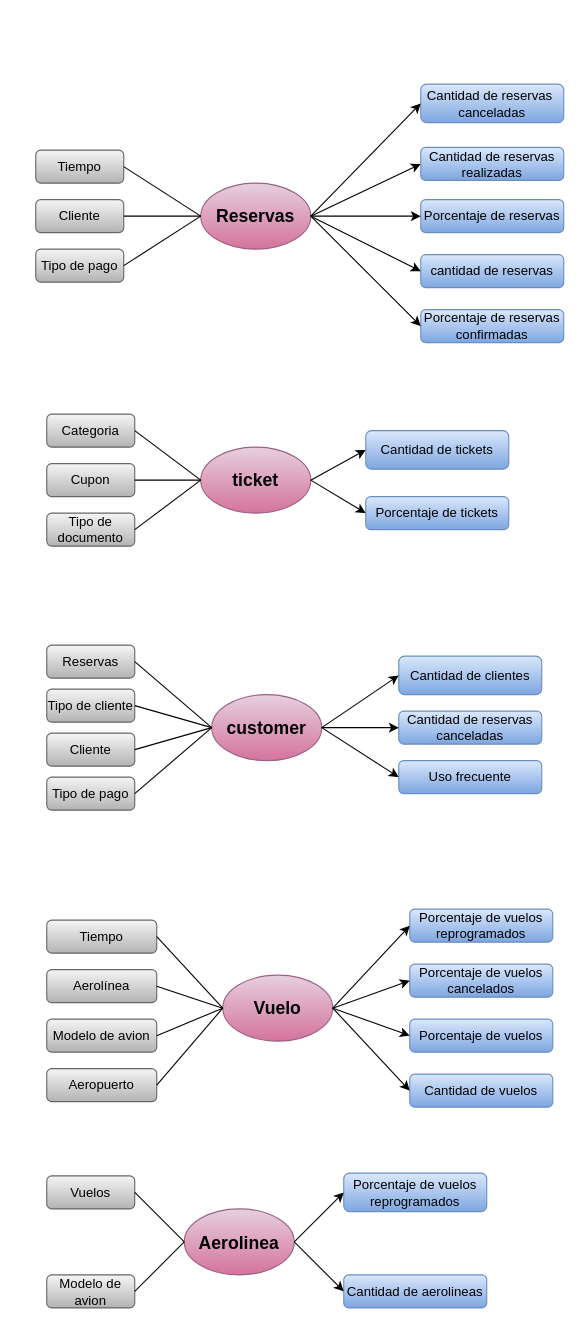
Before: Hefesto-Fase2/Fase1.drawio in MikelKen/Soporte-INF432, a draw.io diagram. Source tidied: cells renumbered, new cells numbered last; positions are measured from the earlier drawing's top-left corner, leaving out a move shared by most shapes. Both pictures are drawn from the tidied source at 110%, with x=0, y=0 at pixel (35, 84).
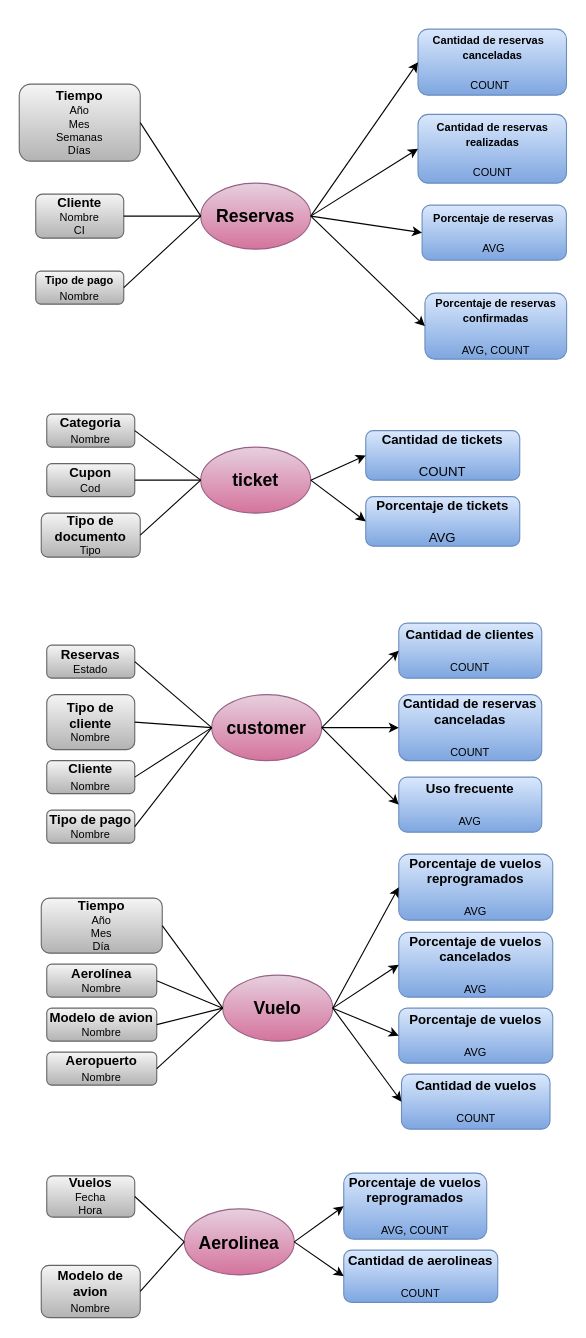
The same page after the edit.

The change refers to these unchanged cells:
```xml
<mxCell id="8" value="&lt;b&gt;&lt;font style=&quot;font-size: 16px;&quot;&gt;Reservas&lt;/font&gt;&lt;/b&gt;" style="ellipse;whiteSpace=wrap;html=1;fillColor=#e6d0de;gradientColor=#d5739d;strokeColor=#996185;" parent="1" vertex="1">
  <mxGeometry x="150" y="90" width="100" height="60" as="geometry" />
</mxCell>
```

What changed in the source:
```diff
@@
-    <mxCell id="2" value="&lt;p class=&quot;MsoListParagraph&quot; style=&quot;text-indent: -18pt;&quot;&gt;&lt;span lang=&quot;ES-TRAD&quot; style=&quot;font-family: Arial, sans-serif; border: 1pt none windowtext; padding: 0cm;&quot;&gt;&amp;nbsp; &amp;nbsp; &amp;nbsp; Cantidad de reservas canceladas&lt;/span&gt;&lt;/p&gt;" style="rounded=1;whiteSpace=wrap;html=1;fillColor=#dae8fc;gradientColor=#7ea6e0;strokeColor=#6c8ebf;align=center;" parent="1" vertex="1">
-      <mxGeometry x="350" width="130" height="35" as="geometry" />
+    <mxCell id="2" value="&lt;p class=&quot;MsoListParagraph&quot; style=&quot;text-indent: -18pt;&quot;&gt;&lt;span lang=&quot;ES-TRAD&quot; style=&quot;font-family: Arial, sans-serif; border: 1pt none windowtext; padding: 0cm;&quot;&gt;&lt;b style=&quot;font-size: 10px;&quot;&gt;&amp;nbsp; &amp;nbsp; &amp;nbsp; Cantidad de reservas canceladas&lt;/b&gt;&lt;/span&gt;&lt;/p&gt;&lt;p class=&quot;MsoListParagraph&quot; style=&quot;text-indent: -18pt;&quot;&gt;&lt;span lang=&quot;ES-TRAD&quot; style=&quot;font-family: Arial, sans-serif; border: 1pt none windowtext; padding: 0cm; font-size: 10px;&quot;&gt;&lt;b&gt;&amp;nbsp; &amp;nbsp; &amp;nbsp; &amp;nbsp;&lt;/b&gt;COUNT&lt;/span&gt;&lt;/p&gt;" style="rounded=1;whiteSpace=wrap;html=1;fillColor=#dae8fc;gradientColor=#7ea6e0;strokeColor=#6c8ebf;align=center;" parent="1" vertex="1">
+      <mxGeometry x="347.5" y="-50" width="135" height="60" as="geometry" />
     </mxCell>
-    <mxCell id="3" value="&lt;font face=&quot;Arial, sans-serif&quot;&gt;Cantidad de reservas realizadas&lt;/font&gt;" style="rounded=1;whiteSpace=wrap;html=1;fillColor=#dae8fc;gradientColor=#7ea6e0;strokeColor=#6c8ebf;align=center;" parent="1" vertex="1">
-      <mxGeometry x="350" y="57.5" width="130" height="30" as="geometry" />
+    <mxCell id="3" value="&lt;font style=&quot;font-size: 11px;&quot; face=&quot;Arial, sans-serif&quot;&gt;&lt;b style=&quot;font-size: 10px;&quot;&gt;Cantidad de reservas realizadas&lt;/b&gt;&lt;/font&gt;&lt;div style=&quot;font-size: 11px;&quot;&gt;&lt;font style=&quot;font-size: 11px;&quot; face=&quot;Arial, sans-serif&quot;&gt;&lt;b&gt;&lt;br&gt;&lt;/b&gt;&lt;/font&gt;&lt;/div&gt;&lt;div style=&quot;font-size: 11px;&quot;&gt;&lt;font style=&quot;font-size: 10px;&quot; face=&quot;Arial, sans-serif&quot;&gt;COUNT&lt;/font&gt;&lt;/div&gt;" style="rounded=1;whiteSpace=wrap;html=1;fillColor=#dae8fc;gradientColor=#7ea6e0;strokeColor=#6c8ebf;align=center;" parent="1" vertex="1">
+      <mxGeometry x="347.5" y="27.5" width="135" height="62.5" as="geometry" />
     </mxCell>
-    <mxCell id="4" value="Porcentaje de reservas" style="rounded=1;whiteSpace=wrap;html=1;fillColor=#dae8fc;gradientColor=#7ea6e0;strokeColor=#6c8ebf;align=center;" parent="1" vertex="1">
-      <mxGeometry x="350" y="105" width="130" height="30" as="geometry" />
+    <mxCell id="4" value="&lt;b style=&quot;font-size: 11px;&quot;&gt;&lt;font style=&quot;font-size: 10px;&quot;&gt;Porcentaje de reservas&lt;/font&gt;&lt;/b&gt;&lt;div style=&quot;font-size: 11px;&quot;&gt;&lt;b&gt;&lt;font style=&quot;font-size: 11px;&quot;&gt;&lt;br&gt;&lt;/font&gt;&lt;/b&gt;&lt;/div&gt;&lt;div style=&quot;font-size: 11px;&quot;&gt;&lt;font style=&quot;font-size: 10px;&quot;&gt;AVG&lt;/font&gt;&lt;/div&gt;" style="rounded=1;whiteSpace=wrap;html=1;fillColor=#dae8fc;gradientColor=#7ea6e0;strokeColor=#6c8ebf;align=center;" parent="1" vertex="1">
+      <mxGeometry x="351.2" y="110" width="131.2" height="50" as="geometry" />
     </mxCell>
-    <mxCell id="5" value="Tiempo" style="rounded=1;whiteSpace=wrap;html=1;fillColor=#f5f5f5;gradientColor=#b3b3b3;strokeColor=#666666;" parent="1" vertex="1">
-      <mxGeometry y="60" width="80" height="30" as="geometry" />
+    <mxCell id="5" value="&lt;b&gt;Tiempo&lt;/b&gt;&lt;div style=&quot;font-size: 10px;&quot;&gt;Año&lt;br&gt;Mes&lt;br&gt;Semanas&lt;br&gt;Días&lt;/div&gt;" style="rounded=1;whiteSpace=wrap;html=1;fillColor=#f5f5f5;gradientColor=#b3b3b3;strokeColor=#666666;" parent="1" vertex="1">
+      <mxGeometry x="-15" width="110" height="70" as="geometry" />
     </mxCell>
-    <mxCell id="6" value="Cliente" style="rounded=1;whiteSpace=wrap;html=1;fillColor=#f5f5f5;gradientColor=#b3b3b3;strokeColor=#666666;" parent="1" vertex="1">
-      <mxGeometry y="105" width="80" height="30" as="geometry" />
+    <mxCell id="6" value="&lt;b&gt;Cliente&lt;/b&gt;&lt;div style=&quot;font-size: 10px;&quot;&gt;Nombre&lt;br&gt;CI&lt;/div&gt;" style="rounded=1;whiteSpace=wrap;html=1;fillColor=#f5f5f5;gradientColor=#b3b3b3;strokeColor=#666666;" parent="1" vertex="1">
+      <mxGeometry y="100" width="80" height="40" as="geometry" />
     </mxCell>
-    <mxCell id="7" value="Tipo de pago" style="rounded=1;whiteSpace=wrap;html=1;fillColor=#f5f5f5;gradientColor=#b3b3b3;strokeColor=#666666;" parent="1" vertex="1">
-      <mxGeometry y="150" width="80" height="30" as="geometry" />
+    <mxCell id="7" value="&lt;span style=&quot;font-size: 10px;&quot;&gt;&lt;b&gt;Tipo de pago&lt;/b&gt;&lt;br&gt;Nombre&lt;/span&gt;" style="rounded=1;whiteSpace=wrap;html=1;fillColor=#f5f5f5;gradientColor=#b3b3b3;strokeColor=#666666;" parent="1" vertex="1">
+      <mxGeometry y="170" width="80" height="30" as="geometry" />
     </mxCell>
@@
-    <mxCell id="9" value="&lt;font face=&quot;Arial, sans-serif&quot;&gt;Cantidad de clientes&lt;/font&gt;" style="rounded=1;whiteSpace=wrap;html=1;fillColor=#dae8fc;gradientColor=#7ea6e0;strokeColor=#6c8ebf;" parent="1" vertex="1">
-      <mxGeometry x="330" y="520" width="130" height="35" as="geometry" />
+    <mxCell id="9" value="&lt;font face=&quot;Arial, sans-serif&quot;&gt;&lt;b&gt;Cantidad de clientes&lt;/b&gt;&lt;/font&gt;&lt;div&gt;&lt;font face=&quot;Arial, sans-serif&quot;&gt;&lt;b&gt;&lt;br&gt;&lt;/b&gt;&lt;/font&gt;&lt;/div&gt;&lt;div&gt;&lt;font face=&quot;Arial, sans-serif&quot;&gt;&lt;span style=&quot;font-size: 10px;&quot;&gt;COUNT&lt;/span&gt;&lt;/font&gt;&lt;/div&gt;" style="rounded=1;whiteSpace=wrap;html=1;fillColor=#dae8fc;gradientColor=#7ea6e0;strokeColor=#6c8ebf;" parent="1" vertex="1">
+      <mxGeometry x="330" y="490" width="130" height="50" as="geometry" />
     </mxCell>
-    <mxCell id="10" value="Cantidad de reservas canceladas" style="rounded=1;whiteSpace=wrap;html=1;fillColor=#dae8fc;gradientColor=#7ea6e0;strokeColor=#6c8ebf;" parent="1" vertex="1">
-      <mxGeometry x="330" y="570" width="130" height="30" as="geometry" />
+    <mxCell id="10" value="&lt;b&gt;Cantidad de reservas canceladas&lt;/b&gt;&lt;div&gt;&lt;br&gt;&lt;/div&gt;&lt;div&gt;&lt;font style=&quot;font-size: 10px;&quot;&gt;COUNT&lt;/font&gt;&lt;/div&gt;" style="rounded=1;whiteSpace=wrap;html=1;fillColor=#dae8fc;gradientColor=#7ea6e0;strokeColor=#6c8ebf;" parent="1" vertex="1">
+      <mxGeometry x="330" y="555" width="130" height="60" as="geometry" />
     </mxCell>
-    <mxCell id="11" value="Reservas" style="rounded=1;whiteSpace=wrap;html=1;fillColor=#f5f5f5;gradientColor=#b3b3b3;strokeColor=#666666;" parent="1" vertex="1">
+    <mxCell id="11" value="&lt;b&gt;Reservas&lt;/b&gt;&lt;div style=&quot;font-size: 10px;&quot;&gt;Estado&lt;/div&gt;" style="rounded=1;whiteSpace=wrap;html=1;fillColor=#f5f5f5;gradientColor=#b3b3b3;strokeColor=#666666;" parent="1" vertex="1">
       <mxGeometry x="10" y="510" width="80" height="30" as="geometry" />
     </mxCell>
-    <mxCell id="12" value="Tipo de cliente" style="rounded=1;whiteSpace=wrap;html=1;fillColor=#f5f5f5;gradientColor=#b3b3b3;strokeColor=#666666;" parent="1" vertex="1">
-      <mxGeometry x="10" y="550" width="80" height="30" as="geometry" />
+    <mxCell id="12" value="&lt;b&gt;Tipo de cliente&lt;/b&gt;&lt;div style=&quot;font-size: 10px;&quot;&gt;Nombre&lt;/div&gt;" style="rounded=1;whiteSpace=wrap;html=1;fillColor=#f5f5f5;gradientColor=#b3b3b3;strokeColor=#666666;" parent="1" vertex="1">
+      <mxGeometry x="10" y="555" width="80" height="50" as="geometry" />
     </mxCell>
-    <mxCell id="13" value="Cliente" style="rounded=1;whiteSpace=wrap;html=1;fillColor=#f5f5f5;gradientColor=#b3b3b3;strokeColor=#666666;" parent="1" vertex="1">
-      <mxGeometry x="10" y="590" width="80" height="30" as="geometry" />
+    <mxCell id="13" value="&lt;b&gt;Cliente&lt;/b&gt;&lt;div&gt;&lt;font style=&quot;font-size: 10px;&quot;&gt;Nombre&lt;/font&gt;&lt;/div&gt;" style="rounded=1;whiteSpace=wrap;html=1;fillColor=#f5f5f5;gradientColor=#b3b3b3;strokeColor=#666666;" parent="1" vertex="1">
+      <mxGeometry x="10" y="615" width="80" height="30" as="geometry" />
     </mxCell>
@@
-    <mxCell id="15" value="&lt;font face=&quot;Arial, sans-serif&quot;&gt;Porcentaje de vuelos&lt;/font&gt;" style="rounded=1;whiteSpace=wrap;html=1;fillColor=#dae8fc;gradientColor=#7ea6e0;strokeColor=#6c8ebf;" parent="1" vertex="1">
-      <mxGeometry x="340" y="850" width="130" height="30" as="geometry" />
+    <mxCell id="15" value="&lt;font face=&quot;Arial, sans-serif&quot;&gt;&lt;b&gt;Porcentaje de vuelos&lt;/b&gt;&lt;/font&gt;&lt;div&gt;&lt;font face=&quot;Arial, sans-serif&quot;&gt;&lt;b&gt;&lt;br&gt;&lt;/b&gt;&lt;/font&gt;&lt;/div&gt;&lt;div&gt;&lt;font style=&quot;font-size: 10px;&quot; face=&quot;Arial, sans-serif&quot;&gt;AVG&lt;/font&gt;&lt;/div&gt;" style="rounded=1;whiteSpace=wrap;html=1;fillColor=#dae8fc;gradientColor=#7ea6e0;strokeColor=#6c8ebf;" parent="1" vertex="1">
+      <mxGeometry x="330" y="840" width="140" height="50" as="geometry" />
     </mxCell>
-    <mxCell id="16" value="Cantidad de vuelos" style="rounded=1;whiteSpace=wrap;html=1;fillColor=#dae8fc;gradientColor=#7ea6e0;strokeColor=#6c8ebf;" parent="1" vertex="1">
-      <mxGeometry x="340" y="900" width="130" height="30" as="geometry" />
+    <mxCell id="16" value="&lt;b&gt;Cantidad de vuelos&lt;/b&gt;&lt;div&gt;&lt;b&gt;&lt;br&gt;&lt;/b&gt;&lt;/div&gt;&lt;div&gt;&lt;font style=&quot;font-size: 10px;&quot;&gt;COUNT&lt;/font&gt;&lt;/div&gt;" style="rounded=1;whiteSpace=wrap;html=1;fillColor=#dae8fc;gradientColor=#7ea6e0;strokeColor=#6c8ebf;" parent="1" vertex="1">
+      <mxGeometry x="332.5" y="900" width="135" height="50" as="geometry" />
     </mxCell>
-    <mxCell id="17" value="Tiempo" style="rounded=1;whiteSpace=wrap;html=1;fillColor=#f5f5f5;gradientColor=#b3b3b3;strokeColor=#666666;" parent="1" vertex="1">
-      <mxGeometry x="10" y="760" width="100" height="30" as="geometry" />
+    <mxCell id="17" value="&lt;b&gt;Tiempo&lt;/b&gt;&lt;div style=&quot;font-size: 10px;&quot;&gt;Año&lt;br&gt;Mes&lt;br&gt;Día&lt;/div&gt;" style="rounded=1;whiteSpace=wrap;html=1;fillColor=#f5f5f5;gradientColor=#b3b3b3;strokeColor=#666666;" parent="1" vertex="1">
+      <mxGeometry x="5" y="740" width="110" height="50" as="geometry" />
     </mxCell>
-    <mxCell id="18" value="Aerolínea" style="rounded=1;whiteSpace=wrap;html=1;fillColor=#f5f5f5;gradientColor=#b3b3b3;strokeColor=#666666;" parent="1" vertex="1">
-      <mxGeometry x="10" y="805" width="100" height="30" as="geometry" />
+    <mxCell id="18" value="&lt;b&gt;Aerolínea&lt;/b&gt;&lt;div style=&quot;font-size: 10px;&quot;&gt;Nombre&lt;/div&gt;" style="rounded=1;whiteSpace=wrap;html=1;fillColor=#f5f5f5;gradientColor=#b3b3b3;strokeColor=#666666;" parent="1" vertex="1">
+      <mxGeometry x="10" y="800" width="100" height="30" as="geometry" />
     </mxCell>
-    <mxCell id="19" value="Modelo de avion" style="rounded=1;whiteSpace=wrap;html=1;fillColor=#f5f5f5;gradientColor=#b3b3b3;strokeColor=#666666;" parent="1" vertex="1">
-      <mxGeometry x="10" y="850" width="100" height="30" as="geometry" />
+    <mxCell id="19" value="&lt;b&gt;Modelo de avion&lt;/b&gt;&lt;div style=&quot;font-size: 10px;&quot;&gt;Nombre&lt;/div&gt;" style="rounded=1;whiteSpace=wrap;html=1;fillColor=#f5f5f5;gradientColor=#b3b3b3;strokeColor=#666666;" parent="1" vertex="1">
+      <mxGeometry x="10" y="840" width="100" height="30" as="geometry" />
     </mxCell>
-    <mxCell id="20" value="Aeropuerto" style="rounded=1;whiteSpace=wrap;html=1;fillColor=#f5f5f5;gradientColor=#b3b3b3;strokeColor=#666666;" parent="1" vertex="1">
-      <mxGeometry x="10" y="895" width="100" height="30" as="geometry" />
+    <mxCell id="20" value="&lt;b&gt;Aeropuerto&lt;/b&gt;&lt;div&gt;&lt;font style=&quot;font-size: 10px;&quot;&gt;Nombre&lt;/font&gt;&lt;/div&gt;" style="rounded=1;whiteSpace=wrap;html=1;fillColor=#f5f5f5;gradientColor=#b3b3b3;strokeColor=#666666;" parent="1" vertex="1">
+      <mxGeometry x="10" y="880" width="100" height="30" as="geometry" />
     </mxCell>
@@
-    <mxCell id="22" value="&lt;font face=&quot;Arial, sans-serif&quot;&gt;Porcentaje de vuelos reprogramados&lt;/font&gt;" style="rounded=1;whiteSpace=wrap;html=1;fillColor=#dae8fc;gradientColor=#7ea6e0;strokeColor=#6c8ebf;" parent="1" vertex="1">
-      <mxGeometry x="280" y="990" width="130" height="35" as="geometry" />
+    <mxCell id="22" value="&lt;font face=&quot;Arial, sans-serif&quot;&gt;&lt;b&gt;Porcentaje de vuelos reprogramados&lt;/b&gt;&lt;/font&gt;&lt;div&gt;&lt;font face=&quot;Arial, sans-serif&quot;&gt;&lt;br&gt;&lt;/font&gt;&lt;/div&gt;&lt;div&gt;&lt;font style=&quot;font-size: 10px;&quot; face=&quot;Arial, sans-serif&quot;&gt;AVG, COUNT&lt;/font&gt;&lt;/div&gt;" style="rounded=1;whiteSpace=wrap;html=1;fillColor=#dae8fc;gradientColor=#7ea6e0;strokeColor=#6c8ebf;" parent="1" vertex="1">
+      <mxGeometry x="280" y="990" width="130" height="60" as="geometry" />
     </mxCell>
@@
-    <mxCell id="24" value="&lt;font face=&quot;Arial, sans-serif&quot;&gt;Cantidad de tickets&lt;/font&gt;" style="rounded=1;whiteSpace=wrap;html=1;fillColor=#dae8fc;gradientColor=#7ea6e0;strokeColor=#6c8ebf;align=center;" parent="1" vertex="1">
-      <mxGeometry x="300" y="315" width="130" height="35" as="geometry" />
+    <mxCell id="24" value="&lt;font face=&quot;Arial, sans-serif&quot;&gt;&lt;b&gt;Cantidad de tickets&lt;/b&gt;&lt;/font&gt;&lt;div&gt;&lt;font face=&quot;Arial, sans-serif&quot;&gt;&lt;b&gt;&lt;br&gt;&lt;/b&gt;&lt;/font&gt;&lt;/div&gt;&lt;div&gt;&lt;font face=&quot;Arial, sans-serif&quot;&gt;COUNT&lt;/font&gt;&lt;/div&gt;" style="rounded=1;whiteSpace=wrap;html=1;fillColor=#dae8fc;gradientColor=#7ea6e0;strokeColor=#6c8ebf;align=center;" parent="1" vertex="1">
+      <mxGeometry x="300" y="315" width="140" height="45" as="geometry" />
     </mxCell>
-    <mxCell id="25" value="Porcentaje de tickets" style="rounded=1;whiteSpace=wrap;html=1;fillColor=#dae8fc;gradientColor=#7ea6e0;strokeColor=#6c8ebf;" parent="1" vertex="1">
-      <mxGeometry x="300" y="375" width="130" height="30" as="geometry" />
+    <mxCell id="25" value="&lt;b&gt;Porcentaje de tickets&lt;/b&gt;&lt;div&gt;&lt;b&gt;&lt;br&gt;&lt;/b&gt;&lt;/div&gt;&lt;div&gt;AVG&lt;/div&gt;" style="rounded=1;whiteSpace=wrap;html=1;fillColor=#dae8fc;gradientColor=#7ea6e0;strokeColor=#6c8ebf;" parent="1" vertex="1">
+      <mxGeometry x="300" y="375" width="140" height="45" as="geometry" />
     </mxCell>
-    <mxCell id="26" value="Categoria" style="rounded=1;whiteSpace=wrap;html=1;fillColor=#f5f5f5;gradientColor=#b3b3b3;strokeColor=#666666;" parent="1" vertex="1">
+    <mxCell id="26" value="&lt;b&gt;Categoria&lt;/b&gt;&lt;div&gt;&lt;font style=&quot;font-size: 10px;&quot;&gt;Nombre&lt;/font&gt;&lt;/div&gt;" style="rounded=1;whiteSpace=wrap;html=1;fillColor=#f5f5f5;gradientColor=#b3b3b3;strokeColor=#666666;" parent="1" vertex="1">
       <mxGeometry x="10" y="300" width="80" height="30" as="geometry" />
     </mxCell>
-    <mxCell id="27" value="Cupon" style="rounded=1;whiteSpace=wrap;html=1;fillColor=#f5f5f5;gradientColor=#b3b3b3;strokeColor=#666666;" parent="1" vertex="1">
+    <mxCell id="27" value="&lt;b&gt;Cupon&lt;/b&gt;&lt;div style=&quot;font-size: 10px;&quot;&gt;Cod&lt;/div&gt;" style="rounded=1;whiteSpace=wrap;html=1;fillColor=#f5f5f5;gradientColor=#b3b3b3;strokeColor=#666666;" parent="1" vertex="1">
       <mxGeometry x="10" y="345" width="80" height="30" as="geometry" />
     </mxCell>
-    <mxCell id="28" value="Tipo de documento" style="rounded=1;whiteSpace=wrap;html=1;fillColor=#f5f5f5;gradientColor=#b3b3b3;strokeColor=#666666;" parent="1" vertex="1">
-      <mxGeometry x="10" y="390" width="80" height="30" as="geometry" />
+    <mxCell id="28" value="&lt;b&gt;Tipo de documento&lt;/b&gt;&lt;div style=&quot;font-size: 10px;&quot;&gt;Tipo&lt;/div&gt;" style="rounded=1;whiteSpace=wrap;html=1;fillColor=#f5f5f5;gradientColor=#b3b3b3;strokeColor=#666666;" parent="1" vertex="1">
+      <mxGeometry x="5" y="390" width="90" height="40" as="geometry" />
     </mxCell>
@@
-    <mxCell id="30" value="Uso frecuente" style="rounded=1;whiteSpace=wrap;html=1;fillColor=#dae8fc;gradientColor=#7ea6e0;strokeColor=#6c8ebf;" parent="1" vertex="1">
-      <mxGeometry x="330" y="615" width="130" height="30" as="geometry" />
+    <mxCell id="30" value="&lt;b&gt;Uso frecuente&lt;/b&gt;&lt;div&gt;&lt;b&gt;&lt;br&gt;&lt;/b&gt;&lt;/div&gt;&lt;div&gt;&lt;font style=&quot;font-size: 10px;&quot;&gt;AVG&lt;/font&gt;&lt;/div&gt;" style="rounded=1;whiteSpace=wrap;html=1;fillColor=#dae8fc;gradientColor=#7ea6e0;strokeColor=#6c8ebf;" parent="1" vertex="1">
+      <mxGeometry x="330" y="630" width="130" height="50" as="geometry" />
     </mxCell>
-    <mxCell id="31" value="Tipo de pago" style="rounded=1;whiteSpace=wrap;html=1;fillColor=#f5f5f5;gradientColor=#b3b3b3;strokeColor=#666666;" parent="1" vertex="1">
-      <mxGeometry x="10" y="630" width="80" height="30" as="geometry" />
+    <mxCell id="31" value="&lt;b&gt;Tipo de pago&lt;/b&gt;&lt;div style=&quot;font-size: 10px;&quot;&gt;Nombre&lt;/div&gt;" style="rounded=1;whiteSpace=wrap;html=1;fillColor=#f5f5f5;gradientColor=#b3b3b3;strokeColor=#666666;" parent="1" vertex="1">
+      <mxGeometry x="10" y="660" width="80" height="30" as="geometry" />
     </mxCell>
-    <mxCell id="32" value="Vuelos" style="rounded=1;whiteSpace=wrap;html=1;fillColor=#f5f5f5;gradientColor=#b3b3b3;strokeColor=#666666;" parent="1" vertex="1">
-      <mxGeometry x="10" y="992.5" width="80" height="30" as="geometry" />
+    <mxCell id="32" value="&lt;b&gt;Vuelos&lt;/b&gt;&lt;div style=&quot;font-size: 10px;&quot;&gt;Fecha&lt;br&gt;Hora&lt;/div&gt;" style="rounded=1;whiteSpace=wrap;html=1;fillColor=#f5f5f5;gradientColor=#b3b3b3;strokeColor=#666666;" parent="1" vertex="1">
+      <mxGeometry x="10" y="992.5" width="80" height="37.5" as="geometry" />
     </mxCell>
-    <mxCell id="33" value="&lt;span style=&quot;font-family: Arial, sans-serif;&quot;&gt;Cantidad de aerolineas&lt;/span&gt;" style="rounded=1;whiteSpace=wrap;html=1;fillColor=#dae8fc;gradientColor=#7ea6e0;strokeColor=#6c8ebf;" parent="1" vertex="1">
-      <mxGeometry x="280" y="1082.5" width="130" height="30" as="geometry" />
+    <mxCell id="33" value="&lt;span style=&quot;font-family: Arial, sans-serif;&quot;&gt;&lt;b&gt;Cantidad de aerolineas&lt;/b&gt;&lt;/span&gt;&lt;div&gt;&lt;span style=&quot;font-family: Arial, sans-serif;&quot;&gt;&lt;b&gt;&lt;br&gt;&lt;/b&gt;&lt;/span&gt;&lt;/div&gt;&lt;div&gt;&lt;span style=&quot;font-family: Arial, sans-serif;&quot;&gt;&lt;font style=&quot;font-size: 10px;&quot;&gt;COUNT&lt;/font&gt;&lt;/span&gt;&lt;/div&gt;" style="rounded=1;whiteSpace=wrap;html=1;fillColor=#dae8fc;gradientColor=#7ea6e0;strokeColor=#6c8ebf;" parent="1" vertex="1">
+      <mxGeometry x="280" y="1060" width="140" height="47.5" as="geometry" />
     </mxCell>
-    <mxCell id="34" value="Modelo de avion" style="rounded=1;whiteSpace=wrap;html=1;fillColor=#f5f5f5;gradientColor=#b3b3b3;strokeColor=#666666;" parent="1" vertex="1">
-      <mxGeometry x="10" y="1082.5" width="80" height="30" as="geometry" />
+    <mxCell id="34" value="&lt;b&gt;Modelo de avion&lt;/b&gt;&lt;div&gt;&lt;font style=&quot;font-size: 10px;&quot;&gt;Nombre&lt;/font&gt;&lt;/div&gt;" style="rounded=1;whiteSpace=wrap;html=1;fillColor=#f5f5f5;gradientColor=#b3b3b3;strokeColor=#666666;" parent="1" vertex="1">
+      <mxGeometry x="5" y="1073.8" width="90" height="47.5" as="geometry" />
     </mxCell>
-    <mxCell id="35" value="&lt;font face=&quot;Arial, sans-serif&quot;&gt;cantidad de reservas&lt;/font&gt;" style="rounded=1;whiteSpace=wrap;html=1;fillColor=#dae8fc;gradientColor=#7ea6e0;strokeColor=#6c8ebf;align=center;" parent="1" vertex="1">
-      <mxGeometry x="350" y="155" width="130" height="30" as="geometry" />
-    </mxCell>
-    <mxCell id="36" value="&lt;font face=&quot;Arial, sans-serif&quot;&gt;Porcentaje de vuelos reprogramados&lt;/font&gt;" style="rounded=1;whiteSpace=wrap;html=1;fillColor=#dae8fc;gradientColor=#7ea6e0;strokeColor=#6c8ebf;" parent="1" vertex="1">
-      <mxGeometry x="340" y="750" width="130" height="30" as="geometry" />
+    <mxCell id="36" value="&lt;font face=&quot;Arial, sans-serif&quot;&gt;&lt;b&gt;Porcentaje de vuelos reprogramados&lt;/b&gt;&lt;/font&gt;&lt;div&gt;&lt;font face=&quot;Arial, sans-serif&quot;&gt;&lt;br&gt;&lt;/font&gt;&lt;/div&gt;&lt;div&gt;&lt;font style=&quot;font-size: 10px;&quot; face=&quot;Arial, sans-serif&quot;&gt;AVG&lt;/font&gt;&lt;/div&gt;" style="rounded=1;whiteSpace=wrap;html=1;fillColor=#dae8fc;gradientColor=#7ea6e0;strokeColor=#6c8ebf;" parent="1" vertex="1">
+      <mxGeometry x="330" y="700" width="140" height="60" as="geometry" />
     </mxCell>
-    <mxCell id="37" value="&lt;font face=&quot;Arial, sans-serif&quot;&gt;Porcentaje de vuelos cancelados&lt;/font&gt;" style="rounded=1;whiteSpace=wrap;html=1;fillColor=#dae8fc;gradientColor=#7ea6e0;strokeColor=#6c8ebf;" parent="1" vertex="1">
-      <mxGeometry x="340" y="800" width="130" height="30" as="geometry" />
+    <mxCell id="37" value="&lt;font face=&quot;Arial, sans-serif&quot;&gt;&lt;b&gt;Porcentaje de vuelos cancelados&lt;/b&gt;&lt;/font&gt;&lt;div&gt;&lt;font face=&quot;Arial, sans-serif&quot;&gt;&lt;b&gt;&lt;br&gt;&lt;/b&gt;&lt;/font&gt;&lt;/div&gt;&lt;div&gt;&lt;font style=&quot;font-size: 10px;&quot; face=&quot;Arial, sans-serif&quot;&gt;AVG&lt;/font&gt;&lt;/div&gt;" style="rounded=1;whiteSpace=wrap;html=1;fillColor=#dae8fc;gradientColor=#7ea6e0;strokeColor=#6c8ebf;" parent="1" vertex="1">
+      <mxGeometry x="330" y="771" width="140" height="59" as="geometry" />
     </mxCell>
-    <mxCell id="38" value="&lt;font face=&quot;Arial, sans-serif&quot;&gt;Porcentaje de reservas confirmadas&lt;/font&gt;" style="rounded=1;whiteSpace=wrap;html=1;fillColor=#dae8fc;gradientColor=#7ea6e0;strokeColor=#6c8ebf;align=center;" parent="1" vertex="1">
-      <mxGeometry x="350" y="205" width="130" height="30" as="geometry" />
+    <mxCell id="38" value="&lt;font face=&quot;Arial, sans-serif&quot;&gt;&lt;b style=&quot;font-size: 10px;&quot;&gt;Porcentaje de reservas confirmadas&lt;/b&gt;&lt;/font&gt;&lt;div&gt;&lt;font face=&quot;Arial, sans-serif&quot;&gt;&lt;b style=&quot;font-size: 10px;&quot;&gt;&lt;br&gt;&lt;/b&gt;&lt;/font&gt;&lt;/div&gt;&lt;div&gt;&lt;font face=&quot;Arial, sans-serif&quot;&gt;&lt;span style=&quot;font-size: 10px;&quot;&gt;AVG, COUNT&lt;/span&gt;&lt;/font&gt;&lt;/div&gt;" style="rounded=1;whiteSpace=wrap;html=1;fillColor=#dae8fc;gradientColor=#7ea6e0;strokeColor=#6c8ebf;align=center;" parent="1" vertex="1">
+      <mxGeometry x="353.8" y="190" width="128.8" height="60" as="geometry" />
     </mxCell>
@@
-    <mxCell id="42" style="endArrow=classic;html=1;rounded=0;exitX=1;exitY=0.5;exitDx=0;exitDy=0;entryX=0;entryY=0.5;entryDx=0;entryDy=0;" parent="1" edge="1" source="8" target="35">
-      <mxGeometry relative="1" as="geometry" />
-    </mxCell>
```
